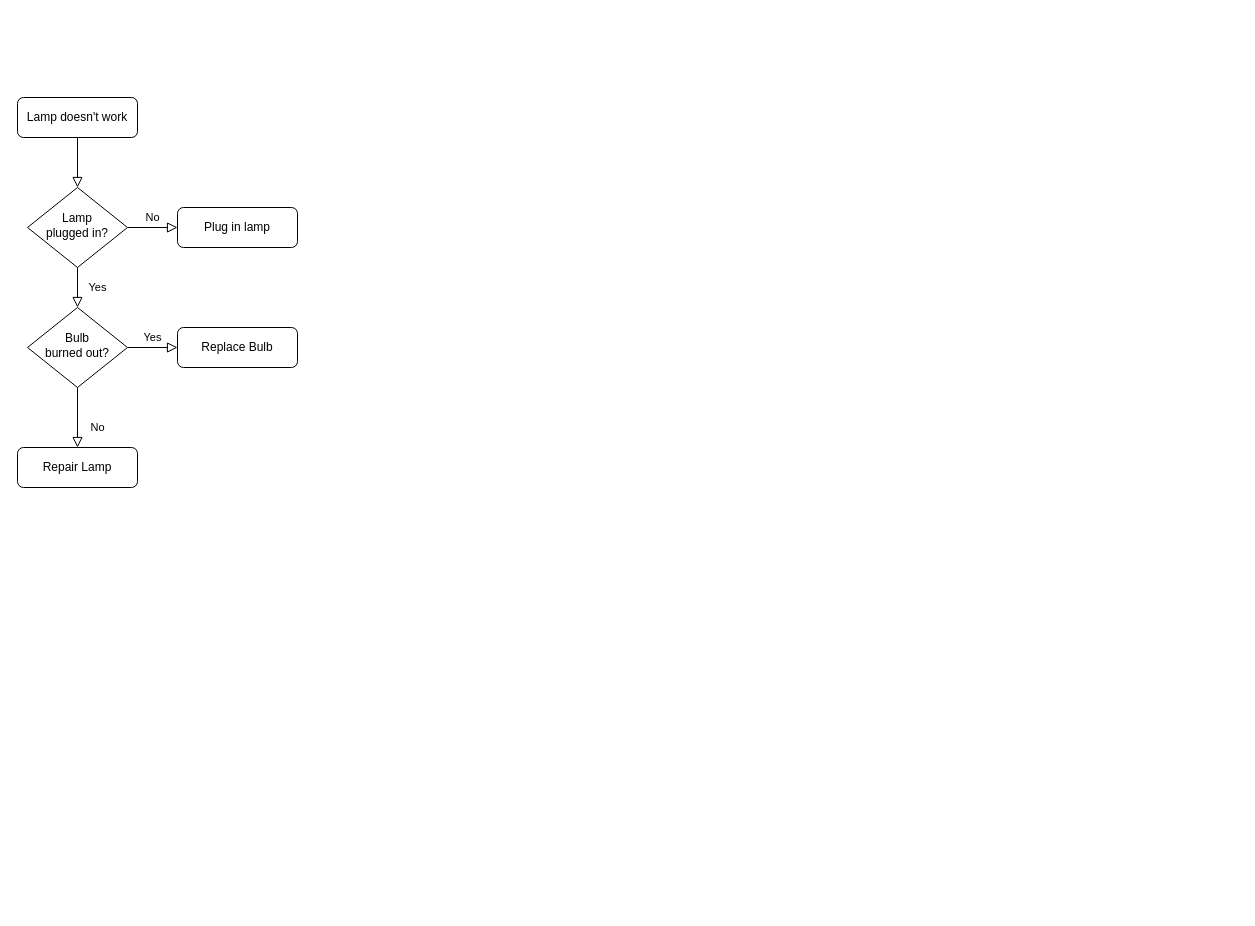
Mark1237200/Projects keeps this draw.io diagram as Algo/withSystem.drawio. Above is the earlier version. Source tidied: cells renumbered, new cells numbered last; positions are measured from the earlier drawing's top-left corner, leaving out a move shared by most shapes. Both pictures are drawn from the tidied source at 100%, with x=0, y=0 at pixel (17, 97).
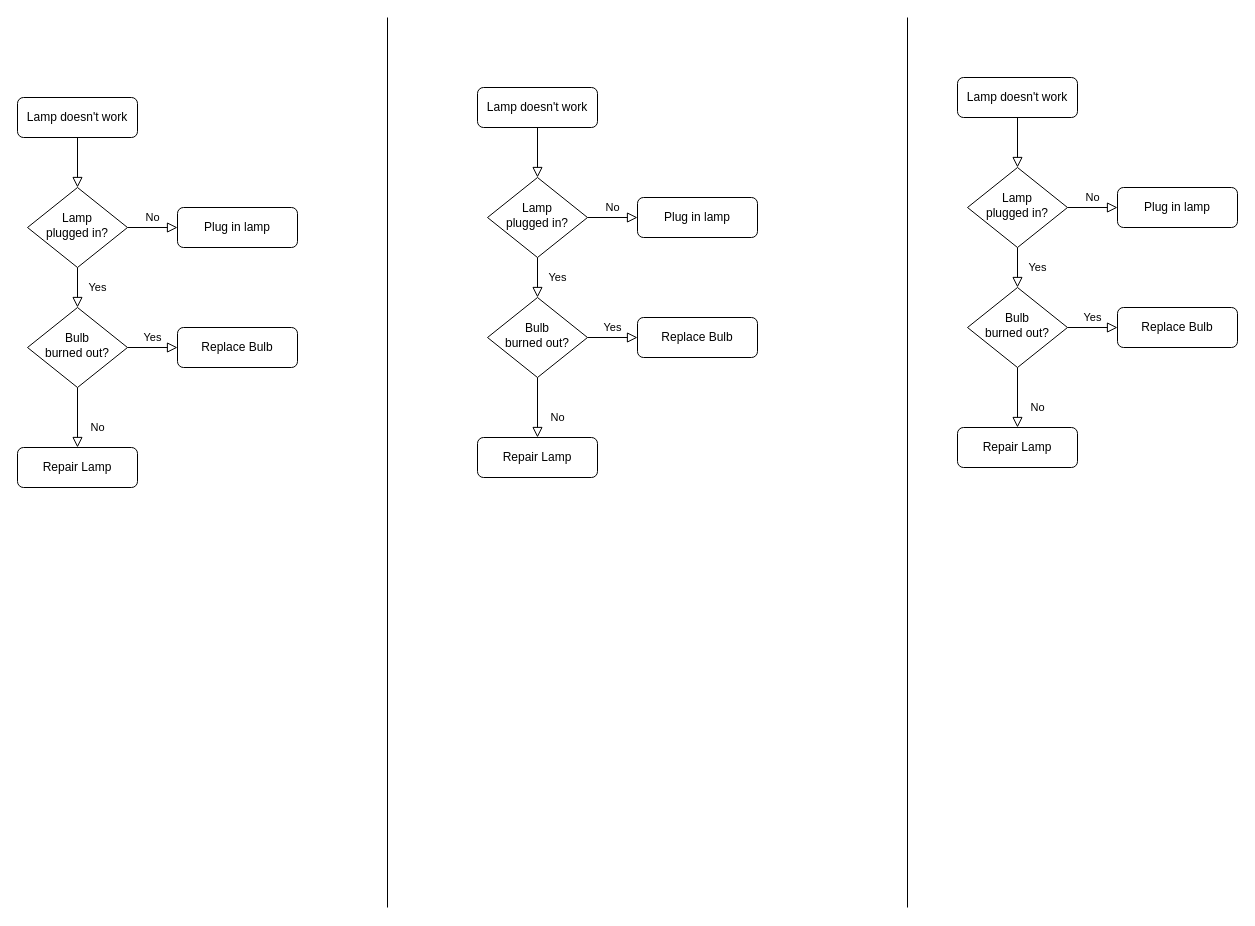
The same diagram, later.

Diff of the diagram source:
```diff
@@
+    <mxCell id="13" style="rounded=0;html=1;jettySize=auto;fontSize=11;endArrow=block;endFill=0;endSize=8;strokeWidth=1;shadow=0;labelBackgroundColor=none;edgeStyle=orthogonalEdgeStyle;" parent="1" edge="1" source="14" target="17">
+      <mxGeometry relative="1" as="geometry" />
+    </mxCell>
+    <mxCell id="14" value="Lamp doesn't work" style="rounded=1;whiteSpace=wrap;html=1;fontSize=12;glass=0;strokeWidth=1;shadow=0;" parent="1" vertex="1">
+      <mxGeometry x="460" y="-10" width="120" height="40" as="geometry" />
+    </mxCell>
+    <mxCell id="15" value="Yes" style="rounded=0;html=1;jettySize=auto;fontSize=11;endArrow=block;endFill=0;endSize=8;strokeWidth=1;shadow=0;labelBackgroundColor=none;edgeStyle=orthogonalEdgeStyle;" parent="1" edge="1" source="17" target="21">
+      <mxGeometry y="20" relative="1" as="geometry" />
+    </mxCell>
+    <mxCell id="16" value="No" style="edgeStyle=orthogonalEdgeStyle;rounded=0;html=1;jettySize=auto;fontSize=11;endArrow=block;endFill=0;endSize=8;strokeWidth=1;shadow=0;labelBackgroundColor=none;" parent="1" edge="1" source="17" target="18">
+      <mxGeometry y="10" relative="1" as="geometry" />
+    </mxCell>
+    <mxCell id="17" value="Lamp&lt;br&gt;plugged in?" style="rhombus;whiteSpace=wrap;html=1;shadow=0;fontFamily=Helvetica;fontSize=12;align=center;strokeWidth=1;spacing=6;spacingTop=-4;" parent="1" vertex="1">
+      <mxGeometry x="470" y="80" width="100" height="80" as="geometry" />
+    </mxCell>
+    <mxCell id="18" value="Plug in lamp" style="rounded=1;whiteSpace=wrap;html=1;fontSize=12;glass=0;strokeWidth=1;shadow=0;" parent="1" vertex="1">
+      <mxGeometry x="620" y="100" width="120" height="40" as="geometry" />
+    </mxCell>
+    <mxCell id="19" value="No" style="rounded=0;html=1;jettySize=auto;fontSize=11;endArrow=block;endFill=0;endSize=8;strokeWidth=1;shadow=0;labelBackgroundColor=none;edgeStyle=orthogonalEdgeStyle;" parent="1" edge="1" source="21" target="22">
+      <mxGeometry x="0.33" y="20" relative="1" as="geometry" />
+    </mxCell>
+    <mxCell id="20" value="Yes" style="edgeStyle=orthogonalEdgeStyle;rounded=0;html=1;jettySize=auto;fontSize=11;endArrow=block;endFill=0;endSize=8;strokeWidth=1;shadow=0;labelBackgroundColor=none;" parent="1" edge="1" source="21" target="23">
+      <mxGeometry y="10" relative="1" as="geometry" />
+    </mxCell>
+    <mxCell id="21" value="Bulb&lt;br&gt;burned out?" style="rhombus;whiteSpace=wrap;html=1;shadow=0;fontFamily=Helvetica;fontSize=12;align=center;strokeWidth=1;spacing=6;spacingTop=-4;" parent="1" vertex="1">
+      <mxGeometry x="470" y="200" width="100" height="80" as="geometry" />
+    </mxCell>
+    <mxCell id="22" value="Repair Lamp" style="rounded=1;whiteSpace=wrap;html=1;fontSize=12;glass=0;strokeWidth=1;shadow=0;" parent="1" vertex="1">
+      <mxGeometry x="460" y="340" width="120" height="40" as="geometry" />
+    </mxCell>
+    <mxCell id="23" value="Replace Bulb" style="rounded=1;whiteSpace=wrap;html=1;fontSize=12;glass=0;strokeWidth=1;shadow=0;" parent="1" vertex="1">
+      <mxGeometry x="620" y="220" width="120" height="40" as="geometry" />
+    </mxCell>
+    <mxCell id="24" style="rounded=0;html=1;jettySize=auto;fontSize=11;endArrow=block;endFill=0;endSize=8;strokeWidth=1;shadow=0;labelBackgroundColor=none;edgeStyle=orthogonalEdgeStyle;" parent="1" edge="1" source="25" target="28">
+      <mxGeometry relative="1" as="geometry" />
+    </mxCell>
+    <mxCell id="25" value="Lamp doesn't work" style="rounded=1;whiteSpace=wrap;html=1;fontSize=12;glass=0;strokeWidth=1;shadow=0;" parent="1" vertex="1">
+      <mxGeometry x="940" y="-20" width="120" height="40" as="geometry" />
+    </mxCell>
+    <mxCell id="26" value="Yes" style="rounded=0;html=1;jettySize=auto;fontSize=11;endArrow=block;endFill=0;endSize=8;strokeWidth=1;shadow=0;labelBackgroundColor=none;edgeStyle=orthogonalEdgeStyle;" parent="1" edge="1" source="28" target="32">
+      <mxGeometry y="20" relative="1" as="geometry" />
+    </mxCell>
+    <mxCell id="27" value="No" style="edgeStyle=orthogonalEdgeStyle;rounded=0;html=1;jettySize=auto;fontSize=11;endArrow=block;endFill=0;endSize=8;strokeWidth=1;shadow=0;labelBackgroundColor=none;" parent="1" edge="1" source="28" target="29">
+      <mxGeometry y="10" relative="1" as="geometry" />
+    </mxCell>
+    <mxCell id="28" value="Lamp&lt;br&gt;plugged in?" style="rhombus;whiteSpace=wrap;html=1;shadow=0;fontFamily=Helvetica;fontSize=12;align=center;strokeWidth=1;spacing=6;spacingTop=-4;" parent="1" vertex="1">
+      <mxGeometry x="950" y="70" width="100" height="80" as="geometry" />
+    </mxCell>
+    <mxCell id="29" value="Plug in lamp" style="rounded=1;whiteSpace=wrap;html=1;fontSize=12;glass=0;strokeWidth=1;shadow=0;" parent="1" vertex="1">
+      <mxGeometry x="1100" y="90" width="120" height="40" as="geometry" />
+    </mxCell>
+    <mxCell id="30" value="No" style="rounded=0;html=1;jettySize=auto;fontSize=11;endArrow=block;endFill=0;endSize=8;strokeWidth=1;shadow=0;labelBackgroundColor=none;edgeStyle=orthogonalEdgeStyle;" parent="1" edge="1" source="32" target="33">
+      <mxGeometry x="0.33" y="20" relative="1" as="geometry" />
+    </mxCell>
+    <mxCell id="31" value="Yes" style="edgeStyle=orthogonalEdgeStyle;rounded=0;html=1;jettySize=auto;fontSize=11;endArrow=block;endFill=0;endSize=8;strokeWidth=1;shadow=0;labelBackgroundColor=none;" parent="1" edge="1" source="32" target="34">
+      <mxGeometry y="10" relative="1" as="geometry" />
+    </mxCell>
+    <mxCell id="32" value="Bulb&lt;br&gt;burned out?" style="rhombus;whiteSpace=wrap;html=1;shadow=0;fontFamily=Helvetica;fontSize=12;align=center;strokeWidth=1;spacing=6;spacingTop=-4;" parent="1" vertex="1">
+      <mxGeometry x="950" y="190" width="100" height="80" as="geometry" />
+    </mxCell>
+    <mxCell id="33" value="Repair Lamp" style="rounded=1;whiteSpace=wrap;html=1;fontSize=12;glass=0;strokeWidth=1;shadow=0;" parent="1" vertex="1">
+      <mxGeometry x="940" y="330" width="120" height="40" as="geometry" />
+    </mxCell>
+    <mxCell id="34" value="Replace Bulb" style="rounded=1;whiteSpace=wrap;html=1;fontSize=12;glass=0;strokeWidth=1;shadow=0;" parent="1" vertex="1">
+      <mxGeometry x="1100" y="210" width="120" height="40" as="geometry" />
+    </mxCell>
+    <mxCell id="35" style="endArrow=none;html=1;rounded=0;" parent="1" edge="1">
+      <mxGeometry relative="1" as="geometry">
+        <mxPoint x="370" y="810" as="sourcePoint" />
+        <mxPoint x="370" y="-80" as="targetPoint" />
+      </mxGeometry>
+    </mxCell>
+    <mxCell id="36" style="endArrow=none;html=1;rounded=0;" parent="1" edge="1">
+      <mxGeometry relative="1" as="geometry">
+        <mxPoint x="890" y="810" as="sourcePoint" />
+        <mxPoint x="890" y="-80" as="targetPoint" />
+      </mxGeometry>
+    </mxCell>
```
